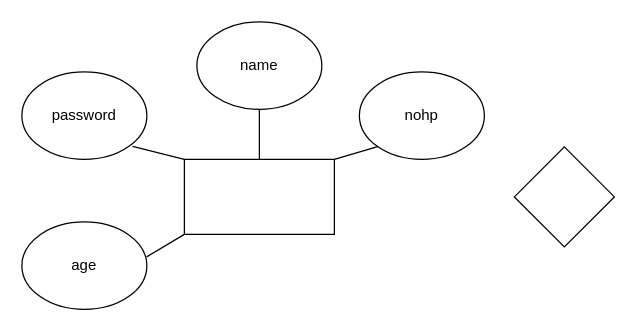
Above: ERD.drawio in VisualGitCode/VisualGitCode.github.io (draw.io), before the change. Source tidied: cells renumbered, new cells numbered last; positions are measured from the earlier drawing's top-left corner, leaving out a move shared by most shapes. Both pictures are drawn from the tidied source at 125%, with x=0, y=0 at pixel (21, 21).
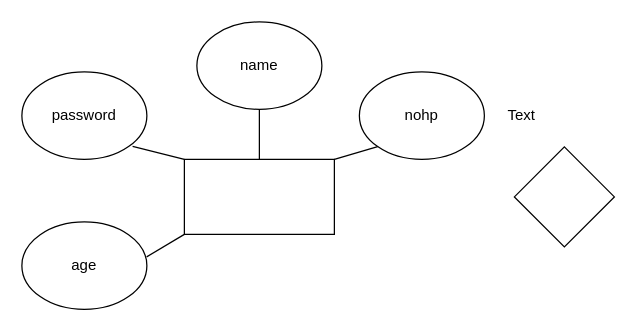
Above is the later version.

What changed in the source:
```diff
@@
 <mxGraphModel>
   <root>
     <mxCell id="0" />
     <mxCell id="1" parent="0" />
     <mxCell id="2" style="rounded=0;whiteSpace=wrap;html=1;" parent="1" vertex="1">
       <mxGeometry x="130" y="110" width="120" height="60" as="geometry" />
     </mxCell>
     <mxCell id="3" style="ellipse;whiteSpace=wrap;html=1;" parent="1" vertex="1">
       <mxGeometry y="40" width="100" height="70" as="geometry" />
     </mxCell>
     <mxCell id="4" style="ellipse;whiteSpace=wrap;html=1;" parent="1" vertex="1">
       <mxGeometry x="140" width="100" height="70" as="geometry" />
     </mxCell>
     <mxCell id="5" style="ellipse;whiteSpace=wrap;html=1;" parent="1" vertex="1">
       <mxGeometry x="270" y="40" width="100" height="70" as="geometry" />
     </mxCell>
     <mxCell id="6" style="ellipse;whiteSpace=wrap;html=1;" parent="1" vertex="1">
       <mxGeometry y="160" width="100" height="70" as="geometry" />
     </mxCell>
     <mxCell id="7" value="password" style="text;strokeColor=none;align=center;fillColor=none;html=1;verticalAlign=middle;whiteSpace=wrap;rounded=0;" parent="1" vertex="1">
       <mxGeometry x="20" y="60" width="60" height="30" as="geometry" />
     </mxCell>
     <mxCell id="8" value="name" style="text;strokeColor=none;align=center;fillColor=none;html=1;verticalAlign=middle;whiteSpace=wrap;rounded=0;" parent="1" vertex="1">
       <mxGeometry x="160" y="20" width="60" height="30" as="geometry" />
     </mxCell>
     <mxCell id="9" value="nohp" style="text;strokeColor=none;align=center;fillColor=none;html=1;verticalAlign=middle;whiteSpace=wrap;rounded=0;" parent="1" vertex="1">
       <mxGeometry x="290" y="60" width="60" height="30" as="geometry" />
     </mxCell>
     <mxCell id="10" value="age" style="text;strokeColor=none;align=center;fillColor=none;html=1;verticalAlign=middle;whiteSpace=wrap;rounded=0;" parent="1" vertex="1">
       <mxGeometry x="20" y="180" width="60" height="30" as="geometry" />
     </mxCell>
     <mxCell id="11" style="endArrow=none;html=1;rounded=0;exitX=0.998;exitY=0.4;exitDx=0;exitDy=0;exitPerimeter=0;entryX=0;entryY=1;entryDx=0;entryDy=0;" parent="1" edge="1" source="6" target="2">
       <mxGeometry relative="1" as="geometry" />
     </mxCell>
     <mxCell id="12" style="endArrow=none;html=1;rounded=0;exitX=0.886;exitY=0.851;exitDx=0;exitDy=0;exitPerimeter=0;" parent="1" edge="1" source="3">
       <mxGeometry relative="1" as="geometry">
         <mxPoint x="130" y="110" as="targetPoint" />
       </mxGeometry>
     </mxCell>
     <mxCell id="13" style="endArrow=none;html=1;rounded=0;entryX=0.5;entryY=1;entryDx=0;entryDy=0;exitX=0.5;exitY=0;exitDx=0;exitDy=0;" parent="1" edge="1" source="2" target="4">
       <mxGeometry relative="1" as="geometry" />
     </mxCell>
     <mxCell id="14" style="endArrow=none;html=1;rounded=0;entryX=0;entryY=1;entryDx=0;entryDy=0;exitX=1;exitY=0;exitDx=0;exitDy=0;" parent="1" edge="1" source="2" target="5">
       <mxGeometry relative="1" as="geometry" />
     </mxCell>
     <mxCell id="15" style="rhombus;whiteSpace=wrap;html=1;" parent="1" vertex="1">
       <mxGeometry x="394" y="100" width="80" height="80" as="geometry" />
     </mxCell>
+    <mxCell id="16" value="Text" style="text;strokeColor=none;align=center;fillColor=none;html=1;verticalAlign=middle;whiteSpace=wrap;rounded=0;" parent="1" vertex="1">
+      <mxGeometry x="370" y="60" width="60" height="30" as="geometry" />
+    </mxCell>
   </root>
 </mxGraphModel>
```
